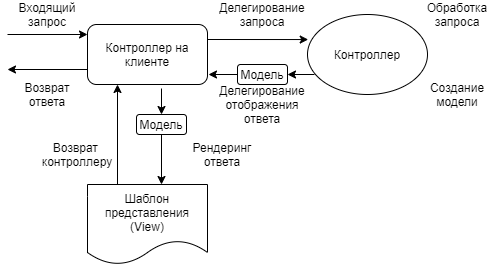
vlazarew/diploma keeps this draw.io diagram as docs/images/Взаимодействие частей приложения.png. Above is the earlier version. Source tidied: cells renumbered, new cells last; positions are measured from the earlier drawing's top-left corner, leaving out a move shared by most shapes. Source of this version:
```xml
<mxGraphModel>
  <root>
    <mxCell id="0" />
    <mxCell id="1" parent="0" />
    <mxCell id="2" value="Контроллер на клиенте&lt;br&gt;" style="rounded=1;whiteSpace=wrap;html=1;" parent="1" vertex="1">
      <mxGeometry x="80" y="20" width="120" height="60" as="geometry" />
    </mxCell>
    <mxCell id="3" style="endArrow=classic;html=1;exitX=1;exitY=0.25;exitDx=0;exitDy=0;entryX=0.006;entryY=0.313;entryDx=0;entryDy=0;entryPerimeter=0;" parent="1" edge="1" source="2" target="4">
      <mxGeometry relative="1" as="geometry" />
    </mxCell>
    <mxCell id="4" value="Контроллер&lt;br&gt;" style="ellipse;whiteSpace=wrap;html=1;" parent="1" vertex="1">
      <mxGeometry x="300" y="10" width="120" height="80" as="geometry" />
    </mxCell>
    <mxCell id="5" value="Делегирование запроса&lt;br&gt;" style="text;html=1;strokeColor=none;fillColor=none;align=center;verticalAlign=middle;whiteSpace=wrap;rounded=0;" parent="1" vertex="1">
      <mxGeometry x="230" width="50" height="20" as="geometry" />
    </mxCell>
    <mxCell id="6" value="Обработка запроса&lt;br&gt;" style="text;html=1;strokeColor=none;fillColor=none;align=center;verticalAlign=middle;whiteSpace=wrap;rounded=0;" parent="1" vertex="1">
      <mxGeometry x="430" width="40" height="20" as="geometry" />
    </mxCell>
    <mxCell id="7" value="Создание модели" style="text;html=1;strokeColor=none;fillColor=none;align=center;verticalAlign=middle;whiteSpace=wrap;rounded=0;" parent="1" vertex="1">
      <mxGeometry x="430" y="80" width="40" height="20" as="geometry" />
    </mxCell>
    <mxCell id="8" value="Модель&lt;br&gt;" style="rounded=1;whiteSpace=wrap;html=1;" parent="1" vertex="1">
      <mxGeometry x="230" y="60" width="50" height="20" as="geometry" />
    </mxCell>
    <mxCell id="9" style="endArrow=classic;html=1;exitX=0.058;exitY=0.75;exitDx=0;exitDy=0;exitPerimeter=0;entryX=1;entryY=0.5;entryDx=0;entryDy=0;" parent="1" edge="1" source="4" target="8">
      <mxGeometry relative="1" as="geometry" />
    </mxCell>
    <mxCell id="10" style="endArrow=classic;html=1;exitX=0;exitY=0.5;exitDx=0;exitDy=0;" parent="1" edge="1" source="8">
      <mxGeometry relative="1" as="geometry">
        <mxPoint x="201" y="70" as="targetPoint" />
      </mxGeometry>
    </mxCell>
    <mxCell id="11" value="Делегирование отображения ответа" style="text;html=1;strokeColor=none;fillColor=none;align=center;verticalAlign=middle;whiteSpace=wrap;rounded=0;" parent="1" vertex="1">
      <mxGeometry x="235" y="90" width="40" height="20" as="geometry" />
    </mxCell>
    <mxCell id="12" value="Модель&lt;br&gt;" style="rounded=1;whiteSpace=wrap;html=1;" parent="1" vertex="1">
      <mxGeometry x="129" y="110" width="50" height="20" as="geometry" />
    </mxCell>
    <mxCell id="13" value="Рендеринг ответа&lt;br&gt;" style="text;html=1;strokeColor=none;fillColor=none;align=center;verticalAlign=middle;whiteSpace=wrap;rounded=0;" parent="1" vertex="1">
      <mxGeometry x="195" y="140" width="40" height="20" as="geometry" />
    </mxCell>
    <mxCell id="14" value="Шаблон представления (View)" style="shape=document;whiteSpace=wrap;html=1;boundedLbl=1;" parent="1" vertex="1">
      <mxGeometry x="80" y="180" width="120" height="80" as="geometry" />
    </mxCell>
    <mxCell id="15" style="endArrow=classic;html=1;entryX=0.5;entryY=0;entryDx=0;entryDy=0;" parent="1" edge="1" target="12">
      <mxGeometry relative="1" as="geometry">
        <mxPoint x="154" y="84" as="sourcePoint" />
      </mxGeometry>
    </mxCell>
    <mxCell id="16" style="endArrow=classic;html=1;exitX=0.5;exitY=1;exitDx=0;exitDy=0;" parent="1" edge="1" source="12">
      <mxGeometry relative="1" as="geometry">
        <mxPoint x="154" y="180" as="targetPoint" />
      </mxGeometry>
    </mxCell>
    <mxCell id="17" style="endArrow=classic;html=1;exitX=0.25;exitY=0;exitDx=0;exitDy=0;entryX=0.25;entryY=1;entryDx=0;entryDy=0;" parent="1" edge="1" source="14" target="2">
      <mxGeometry relative="1" as="geometry" />
    </mxCell>
    <mxCell id="18" value="Возврат&amp;nbsp; контроллеру&lt;br&gt;" style="text;html=1;strokeColor=none;fillColor=none;align=center;verticalAlign=middle;whiteSpace=wrap;rounded=0;" parent="1" vertex="1">
      <mxGeometry x="50" y="140" width="40" height="20" as="geometry" />
    </mxCell>
    <mxCell id="19" style="endArrow=classic;html=1;exitX=0;exitY=0.75;exitDx=0;exitDy=0;" parent="1" edge="1" source="2">
      <mxGeometry relative="1" as="geometry">
        <mxPoint y="65" as="targetPoint" />
      </mxGeometry>
    </mxCell>
    <mxCell id="20" style="endArrow=classic;html=1;" parent="1" edge="1">
      <mxGeometry relative="1" as="geometry">
        <mxPoint y="30" as="sourcePoint" />
        <mxPoint x="80" y="30" as="targetPoint" />
      </mxGeometry>
    </mxCell>
    <mxCell id="21" value="Входящий запрос" style="text;html=1;strokeColor=none;fillColor=none;align=center;verticalAlign=middle;whiteSpace=wrap;rounded=0;" parent="1" vertex="1">
      <mxGeometry x="20" width="40" height="20" as="geometry" />
    </mxCell>
    <mxCell id="22" value="Возврат ответа" style="text;html=1;strokeColor=none;fillColor=none;align=center;verticalAlign=middle;whiteSpace=wrap;rounded=0;" parent="1" vertex="1">
      <mxGeometry x="20" y="80" width="40" height="20" as="geometry" />
    </mxCell>
  </root>
</mxGraphModel>
```
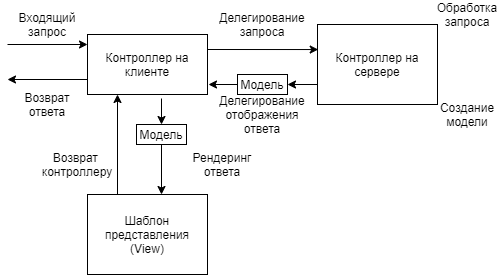
The same diagram one commit later.

The edit, as a diff of the source:
```diff
@@ -2,29 +2,31 @@
   <root>
     <mxCell id="0" />
     <mxCell id="1" parent="0" />
-    <mxCell id="2" value="Контроллер на клиенте&lt;br&gt;" style="rounded=1;whiteSpace=wrap;html=1;" parent="1" vertex="1">
+    <mxCell id="2" value="Контроллер на клиенте&lt;br&gt;" style="rounded=0;whiteSpace=wrap;html=1;" parent="1" vertex="1">
       <mxGeometry x="80" y="20" width="120" height="60" as="geometry" />
     </mxCell>
     <mxCell id="3" style="endArrow=classic;html=1;exitX=1;exitY=0.25;exitDx=0;exitDy=0;entryX=0.006;entryY=0.313;entryDx=0;entryDy=0;entryPerimeter=0;" parent="1" edge="1" source="2" target="4">
       <mxGeometry relative="1" as="geometry" />
     </mxCell>
-    <mxCell id="4" value="Контроллер&lt;br&gt;" style="ellipse;whiteSpace=wrap;html=1;" parent="1" vertex="1">
-      <mxGeometry x="300" y="10" width="120" height="80" as="geometry" />
+    <mxCell id="4" value="Контроллер на сервере" style="rounded=0;whiteSpace=wrap;html=1;" parent="1" vertex="1">
+      <mxGeometry x="310" y="10" width="120" height="80" as="geometry" />
     </mxCell>
     <mxCell id="5" value="Делегирование запроса&lt;br&gt;" style="text;html=1;strokeColor=none;fillColor=none;align=center;verticalAlign=middle;whiteSpace=wrap;rounded=0;" parent="1" vertex="1">
       <mxGeometry x="230" width="50" height="20" as="geometry" />
     </mxCell>
     <mxCell id="6" value="Обработка запроса&lt;br&gt;" style="text;html=1;strokeColor=none;fillColor=none;align=center;verticalAlign=middle;whiteSpace=wrap;rounded=0;" parent="1" vertex="1">
-      <mxGeometry x="430" width="40" height="20" as="geometry" />
+      <mxGeometry x="440" y="-10" width="40" height="20" as="geometry" />
     </mxCell>
     <mxCell id="7" value="Создание модели" style="text;html=1;strokeColor=none;fillColor=none;align=center;verticalAlign=middle;whiteSpace=wrap;rounded=0;" parent="1" vertex="1">
-      <mxGeometry x="430" y="80" width="40" height="20" as="geometry" />
+      <mxGeometry x="440" y="90" width="40" height="20" as="geometry" />
     </mxCell>
-    <mxCell id="8" value="Модель&lt;br&gt;" style="rounded=1;whiteSpace=wrap;html=1;" parent="1" vertex="1">
+    <mxCell id="8" value="Модель&lt;br&gt;" style="rounded=0;whiteSpace=wrap;html=1;" parent="1" vertex="1">
       <mxGeometry x="230" y="60" width="50" height="20" as="geometry" />
     </mxCell>
-    <mxCell id="9" style="endArrow=classic;html=1;exitX=0.058;exitY=0.75;exitDx=0;exitDy=0;exitPerimeter=0;entryX=1;entryY=0.5;entryDx=0;entryDy=0;" parent="1" edge="1" source="4" target="8">
-      <mxGeometry relative="1" as="geometry" />
+    <mxCell id="9" style="endArrow=classic;html=1;entryX=1;entryY=0.5;entryDx=0;entryDy=0;" parent="1" edge="1" target="8">
+      <mxGeometry relative="1" as="geometry">
+        <mxPoint x="310" y="70" as="sourcePoint" />
+      </mxGeometry>
     </mxCell>
     <mxCell id="10" style="endArrow=classic;html=1;exitX=0;exitY=0.5;exitDx=0;exitDy=0;" parent="1" edge="1" source="8">
       <mxGeometry relative="1" as="geometry">
@@ -34,13 +36,13 @@
     <mxCell id="11" value="Делегирование отображения ответа" style="text;html=1;strokeColor=none;fillColor=none;align=center;verticalAlign=middle;whiteSpace=wrap;rounded=0;" parent="1" vertex="1">
       <mxGeometry x="235" y="90" width="40" height="20" as="geometry" />
     </mxCell>
-    <mxCell id="12" value="Модель&lt;br&gt;" style="rounded=1;whiteSpace=wrap;html=1;" parent="1" vertex="1">
+    <mxCell id="12" value="Модель&lt;br&gt;" style="rounded=0;whiteSpace=wrap;html=1;" parent="1" vertex="1">
       <mxGeometry x="129" y="110" width="50" height="20" as="geometry" />
     </mxCell>
     <mxCell id="13" value="Рендеринг ответа&lt;br&gt;" style="text;html=1;strokeColor=none;fillColor=none;align=center;verticalAlign=middle;whiteSpace=wrap;rounded=0;" parent="1" vertex="1">
       <mxGeometry x="195" y="140" width="40" height="20" as="geometry" />
     </mxCell>
-    <mxCell id="14" value="Шаблон представления (View)" style="shape=document;whiteSpace=wrap;html=1;boundedLbl=1;" parent="1" vertex="1">
+    <mxCell id="14" value="Шаблон представления (View)" style="rounded=0;whiteSpace=wrap;html=1;" parent="1" vertex="1">
       <mxGeometry x="80" y="180" width="120" height="80" as="geometry" />
     </mxCell>
     <mxCell id="15" style="endArrow=classic;html=1;entryX=0.5;entryY=0;entryDx=0;entryDy=0;" parent="1" edge="1" target="12">
```
